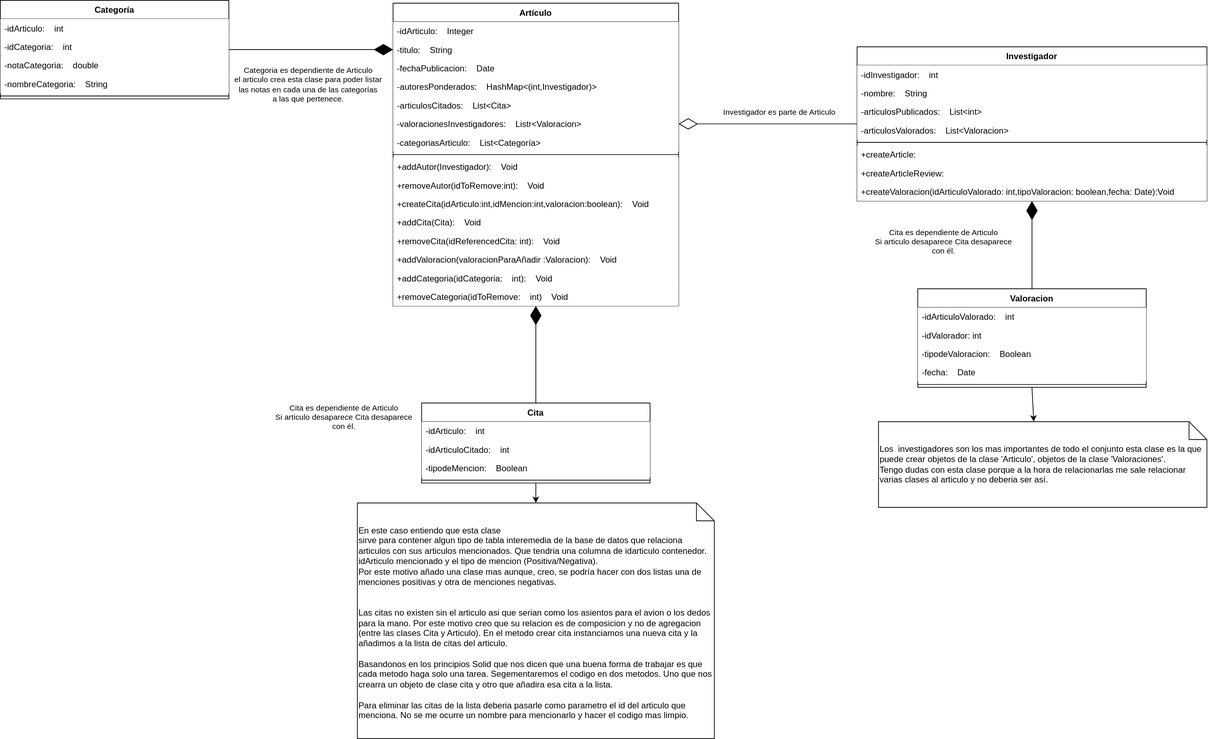
The draw.io diagram Diagrama de clases UML/Diagrama_UML.drawio.svg in MateoCarballo/EjercicioSemanaSantaUML, before a commit. Source tidied: cells renumbered, new cells last; positions are measured from the earlier drawing's top-left corner, leaving out a move shared by most shapes.
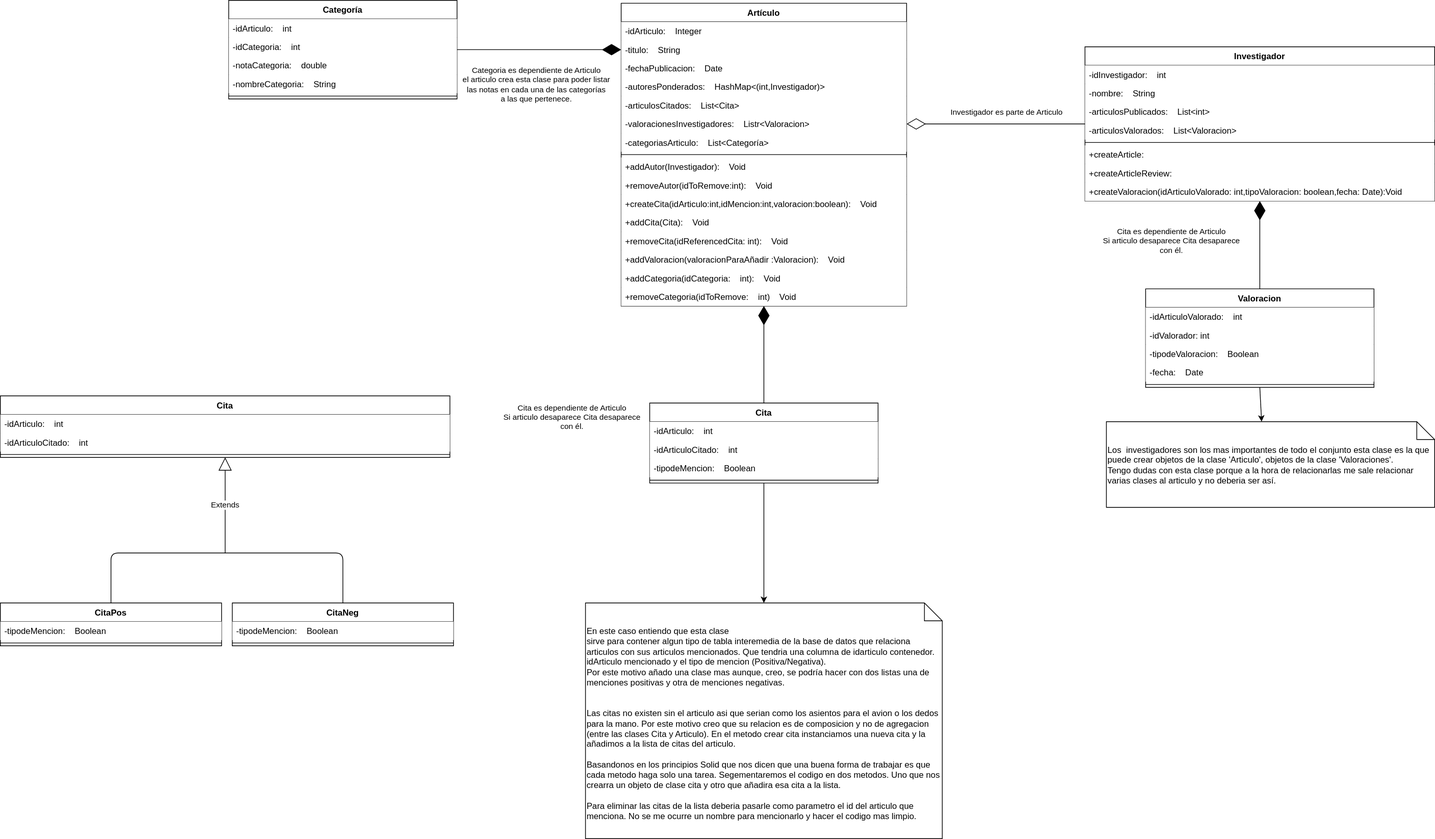
After the commit.

Commit message:
Cita con herencia

What changed in the source:
```diff
@@ -69,7 +69,7 @@
       <mxGeometry y="104" width="320" height="8" as="geometry" />
     </mxCell>
     <mxCell id="24" value="En este caso entiendo que esta clase&lt;br&gt;sirve para contener algun tipo de tabla interemedia de la base de datos que relaciona articulos con sus articulos mencionados. Que tendria una columna de idarticulo contenedor. idArticulo mencionado y el tipo de mencion (Positiva/Negativa).&lt;br&gt;Por este motivo añado una clase mas aunque, creo, se podría hacer con dos listas una de menciones positivas y otra de menciones negativas.&lt;br&gt;&lt;br&gt;&lt;br&gt;Las citas no existen sin el articulo asi que serian como los asientos para el avion o los dedos para la mano. Por este motivo creo que su relacion es de composicion y no de agregacion (entre las clases Cita y Articulo). En el metodo crear cita instanciamos una nueva cita y la añadimos a la lista de citas del articulo.&lt;br&gt;&lt;br&gt;Basandonos en los principios Solid que nos dicen que una buena forma de trabajar es que cada metodo haga solo una tarea. Segementaremos el codigo en dos metodos. Uno que nos crearra un objeto de clase cita y otro que añadira esa cita a la lista.&lt;br&gt;&lt;br&gt;Para eliminar las citas de la lista deberia pasarle como parametro el id del articulo que menciona. No se me ocurre un nombre para mencionarlo y hacer el codigo mas limpio." style="shape=note2;boundedLbl=1;whiteSpace=wrap;html=1;size=25;verticalAlign=top;align=left;fillColor=default;" parent="1" vertex="1">
-      <mxGeometry x="500" y="704" width="500" height="330" as="geometry" />
+      <mxGeometry x="500" y="844" width="500" height="330" as="geometry" />
     </mxCell>
     <mxCell id="25" value="Valoracion" style="swimlane;fontStyle=1;align=center;verticalAlign=top;horizontal=1;startSize=26;" parent="1" vertex="1">
       <mxGeometry x="1285" y="404" width="320" height="138" as="geometry" />
@@ -175,5 +175,54 @@
         <mxPoint x="-74" y="48" as="offset" />
       </mxGeometry>
     </mxCell>
+    <mxCell id="57" value="Cita" style="swimlane;fontStyle=1;align=center;verticalAlign=top;horizontal=1;startSize=26;" parent="1" vertex="1">
+      <mxGeometry x="-320" y="554" width="630" height="86" as="geometry" />
+    </mxCell>
+    <mxCell id="58" value="-idArticulo:    int" style="text;strokeColor=none;fillColor=default;align=left;verticalAlign=top;spacingLeft=4;spacingRight=4;overflow=hidden;" parent="57" vertex="1">
+      <mxGeometry y="26" width="630" height="26" as="geometry" />
+    </mxCell>
+    <mxCell id="59" value="-idArticuloCitado:    int" style="text;strokeColor=none;fillColor=default;align=left;verticalAlign=top;spacingLeft=4;spacingRight=4;overflow=hidden;" parent="57" vertex="1">
+      <mxGeometry y="52" width="630" height="26" as="geometry" />
+    </mxCell>
+    <mxCell id="60" style="line;strokeWidth=1;fillColor=none;align=left;verticalAlign=middle;spacingTop=-1;spacingLeft=3;spacingRight=3;labelPosition=right;strokeColor=inherit;" parent="57" vertex="1">
+      <mxGeometry y="78" width="630" height="8" as="geometry" />
+    </mxCell>
+    <mxCell id="61" value="Extends" style="endArrow=block;endSize=16;endFill=0;html=1;entryX=0.527;entryY=1.087;entryDx=0;entryDy=0;entryPerimeter=0;" parent="1" edge="1" target="x">
+      <mxGeometry relative="1" as="geometry">
+        <mxPoint x="10" y="774" as="sourcePoint" />
+      </mxGeometry>
+    </mxCell>
+    <mxCell id="62" value="CitaPos" style="swimlane;fontStyle=1;align=center;verticalAlign=top;horizontal=1;startSize=26;" parent="1" vertex="1">
+      <mxGeometry x="-320" y="844" width="310" height="60" as="geometry" />
+    </mxCell>
+    <mxCell id="63" value="-tipodeMencion:    Boolean" style="text;strokeColor=none;fillColor=default;align=left;verticalAlign=top;spacingLeft=4;spacingRight=4;overflow=hidden;" parent="62" vertex="1">
+      <mxGeometry y="26" width="310" height="26" as="geometry" />
+    </mxCell>
+    <mxCell id="64" style="line;strokeWidth=1;fillColor=none;align=left;verticalAlign=middle;spacingTop=-1;spacingLeft=3;spacingRight=3;labelPosition=right;strokeColor=inherit;" parent="62" vertex="1">
+      <mxGeometry y="52" width="310" height="8" as="geometry" />
+    </mxCell>
+    <mxCell id="65" style="endArrow=none;html=1;entryX=0.5;entryY=0;entryDx=0;entryDy=0;exitX=0.5;exitY=0;exitDx=0;exitDy=0;" parent="1" edge="1" source="62" target="66">
+      <mxGeometry relative="1" as="geometry">
+        <Array as="points">
+          <mxPoint x="-165" y="774" />
+          <mxPoint y="774" />
+          <mxPoint x="160" y="774" />
+        </Array>
+      </mxGeometry>
+    </mxCell>
+    <mxCell id="66" value="CitaNeg" style="swimlane;fontStyle=1;align=center;verticalAlign=top;horizontal=1;startSize=26;" parent="1" vertex="1">
+      <mxGeometry x="5" y="844" width="310" height="60" as="geometry" />
+    </mxCell>
+    <mxCell id="67" value="-tipodeMencion:    Boolean" style="text;strokeColor=none;fillColor=default;align=left;verticalAlign=top;spacingLeft=4;spacingRight=4;overflow=hidden;" parent="66" vertex="1">
+      <mxGeometry y="26" width="310" height="26" as="geometry" />
+    </mxCell>
+    <mxCell id="68" style="line;strokeWidth=1;fillColor=none;align=left;verticalAlign=middle;spacingTop=-1;spacingLeft=3;spacingRight=3;labelPosition=right;strokeColor=inherit;" parent="66" vertex="1">
+      <mxGeometry y="52" width="310" height="8" as="geometry" />
+    </mxCell>
+    <mxCell id="69" value="Extends" style="endArrow=block;endSize=16;endFill=0;html=1;entryX=0.5;entryY=1;entryDx=0;entryDy=0;" parent="1" edge="1" target="57">
+      <mxGeometry relative="1" as="geometry">
+        <mxPoint x="-5" y="774" as="sourcePoint" />
+      </mxGeometry>
+    </mxCell>
   </root>
 </mxGraphModel>
```
